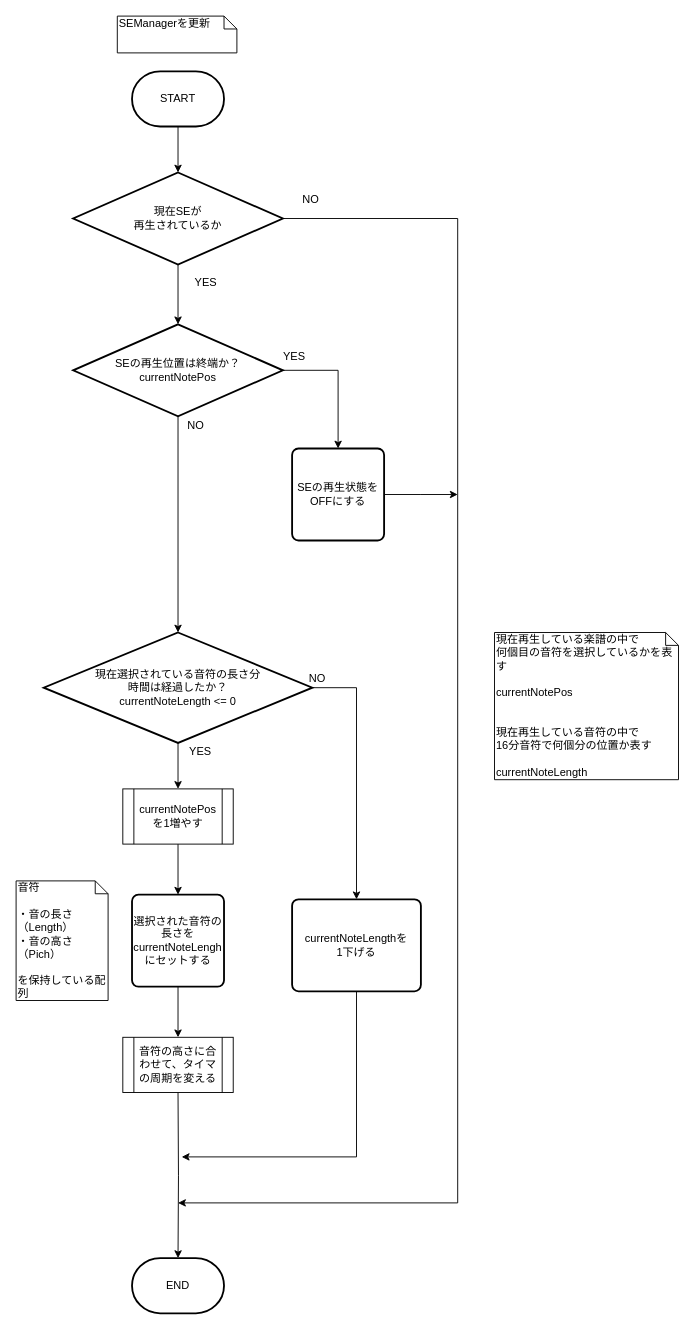
Earlier version of the draw.io diagram page "SEManagerを更新" (4 of 5) of 資料/設計書/フローチャート/モグラ叩き_Buzzer.drawio (hakohumi/comp.train.whack-a-mole). Source tidied: cells renumbered, new cells numbered last; positions are measured from the earlier drawing's top-left corner, leaving out a move shared by most shapes. Both pictures are drawn from the tidied source at 92%, with x=0, y=0 at pixel (16, 16).
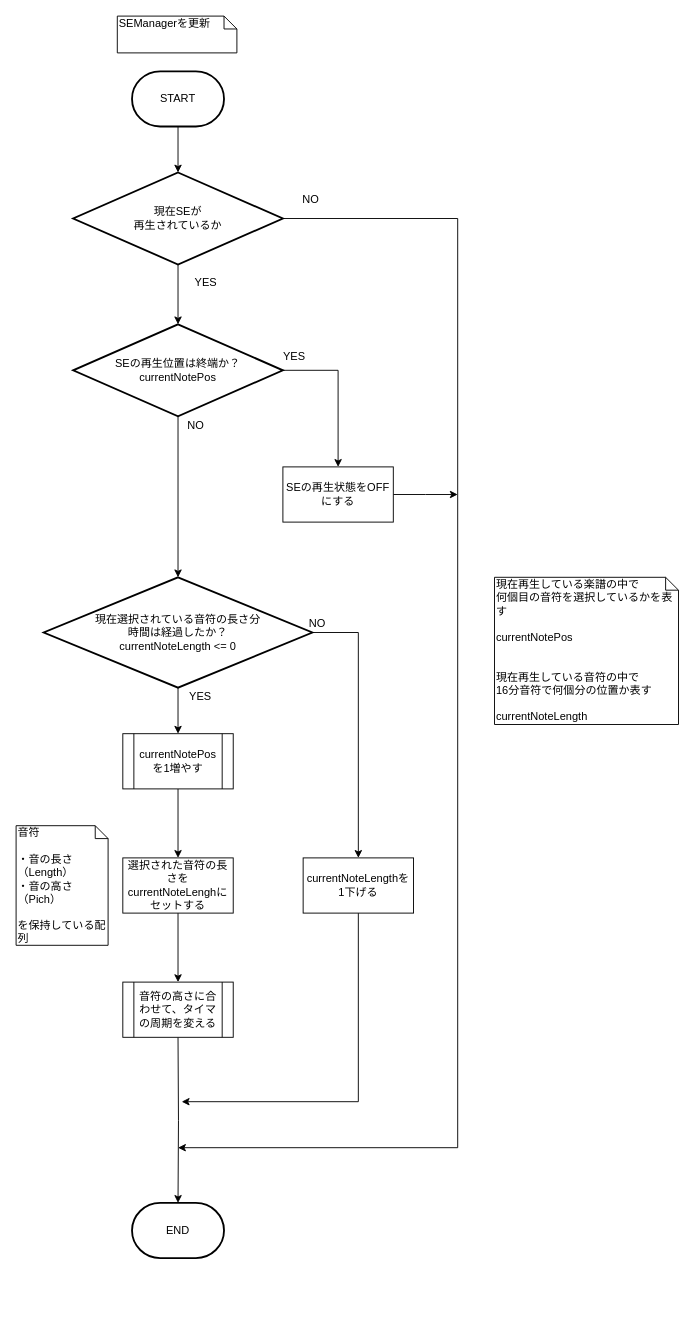
After the change.

The change refers to these unchanged cells:
```xml
<mxCell id="7" value="現在SEが&lt;br&gt;再生されているか" style="strokeWidth=2;html=1;shape=mxgraph.flowchart.decision;whiteSpace=wrap;" parent="1" vertex="1">
  <mxGeometry x="62" y="170" width="228" height="100" as="geometry" />
</mxCell>
<mxCell id="10" value="SEの再生位置は終端か？&lt;br&gt;currentNotePos" style="strokeWidth=2;html=1;shape=mxgraph.flowchart.decision;whiteSpace=wrap;" parent="1" vertex="1">
  <mxGeometry x="62" y="335" width="228" height="100" as="geometry" />
</mxCell>
```

Change to the diagram source:
```diff
@@
     <mxCell id="6" style="edgeStyle=orthogonalEdgeStyle;rounded=0;jettySize=auto;html=1;" parent="1" edge="1" source="7">
       <mxGeometry relative="1" as="geometry">
-        <mxPoint x="176" y="1290" as="targetPoint" />
+        <mxPoint x="176" y="1230" as="targetPoint" />
         <Array as="points">
           <mxPoint x="480" y="220" />
-          <mxPoint x="480" y="1290" />
-          <mxPoint x="176" y="1290" />
+          <mxPoint x="480" y="1230" />
+          <mxPoint x="176" y="1230" />
         </Array>
       </mxGeometry>
     </mxCell>
@@
-    <mxCell id="9" style="edgeStyle=orthogonalEdgeStyle;rounded=0;jettySize=auto;html=1;" parent="1" edge="1" source="10" target="32">
+    <mxCell id="9" style="edgeStyle=orthogonalEdgeStyle;rounded=0;jettySize=auto;html=1;entryX=0.5;entryY=0;entryDx=0;entryDy=0;" parent="1" edge="1" source="10" target="32">
       <mxGeometry relative="1" as="geometry">
         <Array as="points">
           <mxPoint x="350" y="385" />
+          <mxPoint x="350" y="490" />
         </Array>
       </mxGeometry>
     </mxCell>
@@
-    <mxCell id="14" style="edgeStyle=orthogonalEdgeStyle;rounded=0;jettySize=auto;html=1;" parent="1" edge="1" source="16" target="21">
+    <mxCell id="14" style="edgeStyle=orthogonalEdgeStyle;rounded=0;jettySize=auto;html=1;entryX=0.5;entryY=0;entryDx=0;entryDy=0;" parent="1" edge="1" source="16" target="21">
       <mxGeometry relative="1" as="geometry">
         <Array as="points">
-          <mxPoint x="370" y="730" />
+          <mxPoint x="372" y="670" />
         </Array>
       </mxGeometry>
     </mxCell>
@@
     <mxCell id="16" value="現在選択されている音符の長さ分&lt;br&gt;時間は経過したか？&lt;br&gt;currentNoteLength &amp;lt;= 0" style="strokeWidth=2;html=1;shape=mxgraph.flowchart.decision;whiteSpace=wrap;" parent="1" vertex="1">
-      <mxGeometry x="30" y="670" width="292" height="120" as="geometry" />
+      <mxGeometry x="30" y="610" width="292" height="120" as="geometry" />
     </mxCell>
@@
     <mxCell id="18" style="edgeStyle=orthogonalEdgeStyle;rounded=0;jettySize=auto;html=1;" parent="1" edge="1" target="19">
       <mxGeometry relative="1" as="geometry">
-        <mxPoint x="176" y="1170" as="sourcePoint" />
+        <mxPoint x="176" y="1110" as="sourcePoint" />
       </mxGeometry>
     </mxCell>
     <mxCell id="19" value="END" style="strokeWidth=2;html=1;shape=mxgraph.flowchart.terminator;whiteSpace=wrap;" parent="1" vertex="1">
-      <mxGeometry x="126" y="1350" width="100" height="60" as="geometry" />
+      <mxGeometry x="126" y="1290" width="100" height="60" as="geometry" />
     </mxCell>
-    <mxCell id="20" style="edgeStyle=orthogonalEdgeStyle;rounded=0;jettySize=auto;html=1;" parent="1" edge="1" source="21">
+    <mxCell id="20" style="edgeStyle=orthogonalEdgeStyle;rounded=0;jettySize=auto;html=1;exitX=0.5;exitY=1;exitDx=0;exitDy=0;" parent="1" edge="1" source="21">
       <mxGeometry relative="1" as="geometry">
-        <mxPoint x="180" y="1240" as="targetPoint" />
+        <mxPoint x="180" y="1180" as="targetPoint" />
         <Array as="points">
-          <mxPoint x="370" y="1240" />
-          <mxPoint x="180" y="1240" />
+          <mxPoint x="372" y="1180" />
         </Array>
       </mxGeometry>
     </mxCell>
-    <mxCell id="21" value="currentNoteLengthを&lt;br&gt;1下げる" style="rounded=1;whiteSpace=wrap;html=1;absoluteArcSize=1;arcSize=14;strokeWidth=2;" parent="1" vertex="1">
-      <mxGeometry x="300" y="960" width="140" height="100" as="geometry" />
-    </mxCell>
     <mxCell id="22" value="NO" style="text;html=1;align=center;verticalAlign=middle;" parent="1" vertex="1">
-      <mxGeometry x="312" y="710" width="30" height="20" as="geometry" />
+      <mxGeometry x="312" y="650" width="30" height="20" as="geometry" />
     </mxCell>
@@
-    <mxCell id="24" value="&lt;span&gt;選択された音符の長さをcurrentNoteLenghにセットする&lt;/span&gt;" style="rounded=1;whiteSpace=wrap;html=1;absoluteArcSize=1;arcSize=14;strokeWidth=2;" parent="1" vertex="1">
-      <mxGeometry x="126" y="955" width="100" height="100" as="geometry" />
-    </mxCell>
@@
     <mxCell id="26" value="currentNotePos を1増やす" style="shape=process;whiteSpace=wrap;html=1;backgroundOutline=1;" parent="1" vertex="1">
-      <mxGeometry x="116" y="840" width="120" height="60" as="geometry" />
+      <mxGeometry x="116" y="780" width="120" height="60" as="geometry" />
     </mxCell>
     <mxCell id="27" value="音符の高さに合わせて、タイマの周期を変える" style="shape=process;whiteSpace=wrap;html=1;backgroundOutline=1;" parent="1" vertex="1">
-      <mxGeometry x="116" y="1110" width="120" height="60" as="geometry" />
+      <mxGeometry x="116" y="1050" width="120" height="60" as="geometry" />
     </mxCell>
     <mxCell id="28" value="音符&lt;br&gt;&lt;br&gt;・音の長さ（Length）&lt;br&gt;・音の高さ&lt;br&gt;（Pich）&lt;br&gt;&lt;br&gt;を保持している配列" style="shape=note;whiteSpace=wrap;html=1;size=14;verticalAlign=top;align=left;spacingTop=-6;" parent="1" vertex="1">
-      <mxGeometry y="940" width="100" height="130" as="geometry" />
+      <mxGeometry y="880" width="100" height="130" as="geometry" />
     </mxCell>
     <mxCell id="29" value="&lt;span style=&quot;text-align: center&quot;&gt;現在再生している楽譜の中で&lt;/span&gt;&lt;br style=&quot;text-align: center&quot;&gt;&lt;span style=&quot;text-align: center&quot;&gt;何個目の音符を選択しているかを表す&lt;/span&gt;&lt;br style=&quot;text-align: center&quot;&gt;&lt;br style=&quot;text-align: center&quot;&gt;&lt;span style=&quot;text-align: center&quot;&gt;currentNotePos&lt;/span&gt;&lt;br style=&quot;text-align: center&quot;&gt;&lt;span style=&quot;text-align: center&quot;&gt;&lt;br&gt;&lt;br&gt;現在再生している音符の中で&lt;br&gt;16分音符で何個分の位置か表す&lt;br&gt;&lt;br&gt;currentNoteLength&lt;br&gt;&lt;br&gt;&lt;br&gt;&lt;/span&gt;" style="shape=note;whiteSpace=wrap;html=1;size=14;verticalAlign=top;align=left;spacingTop=-6;" parent="1" vertex="1">
-      <mxGeometry x="520" y="670" width="200" height="160" as="geometry" />
+      <mxGeometry x="520" y="610" width="200" height="160" as="geometry" />
     </mxCell>
     <mxCell id="30" value="YES" style="text;html=1;align=center;verticalAlign=middle;" parent="1" vertex="1">
-      <mxGeometry x="180" y="790" width="40" height="20" as="geometry" />
+      <mxGeometry x="180" y="730" width="40" height="20" as="geometry" />
     </mxCell>
-    <mxCell id="31" style="edgeStyle=orthogonalEdgeStyle;rounded=0;jettySize=auto;html=1;" parent="1" edge="1" source="32">
+    <mxCell id="31" style="edgeStyle=orthogonalEdgeStyle;rounded=0;jettySize=auto;html=1;exitX=1;exitY=0.5;exitDx=0;exitDy=0;" parent="1" edge="1" source="32">
       <mxGeometry relative="1" as="geometry">
         <mxPoint x="480" y="520" as="targetPoint" />
       </mxGeometry>
     </mxCell>
-    <mxCell id="32" value="SEの再生状態をOFFにする" style="rounded=1;whiteSpace=wrap;html=1;absoluteArcSize=1;arcSize=14;strokeWidth=2;" parent="1" vertex="1">
-      <mxGeometry x="300" y="470" width="100" height="100" as="geometry" />
+    <mxCell id="32" value="&lt;span&gt;SEの再生状態をOFFにする&lt;/span&gt;" style="rounded=0;whiteSpace=wrap;html=1;" parent="1" vertex="1">
+      <mxGeometry x="290" y="490" width="120" height="60" as="geometry" />
     </mxCell>
+    <mxCell id="21" value="currentNoteLengthを&lt;br&gt;1下げる" style="rounded=0;whiteSpace=wrap;html=1;" parent="1" vertex="1">
+      <mxGeometry x="312" y="915" width="120" height="60" as="geometry" />
+    </mxCell>
+    <mxCell id="24" value="選択された音符の長さをcurrentNoteLenghにセットする" style="rounded=0;whiteSpace=wrap;html=1;" parent="1" vertex="1">
+      <mxGeometry x="116" y="915" width="120" height="60" as="geometry" />
+    </mxCell>
```
